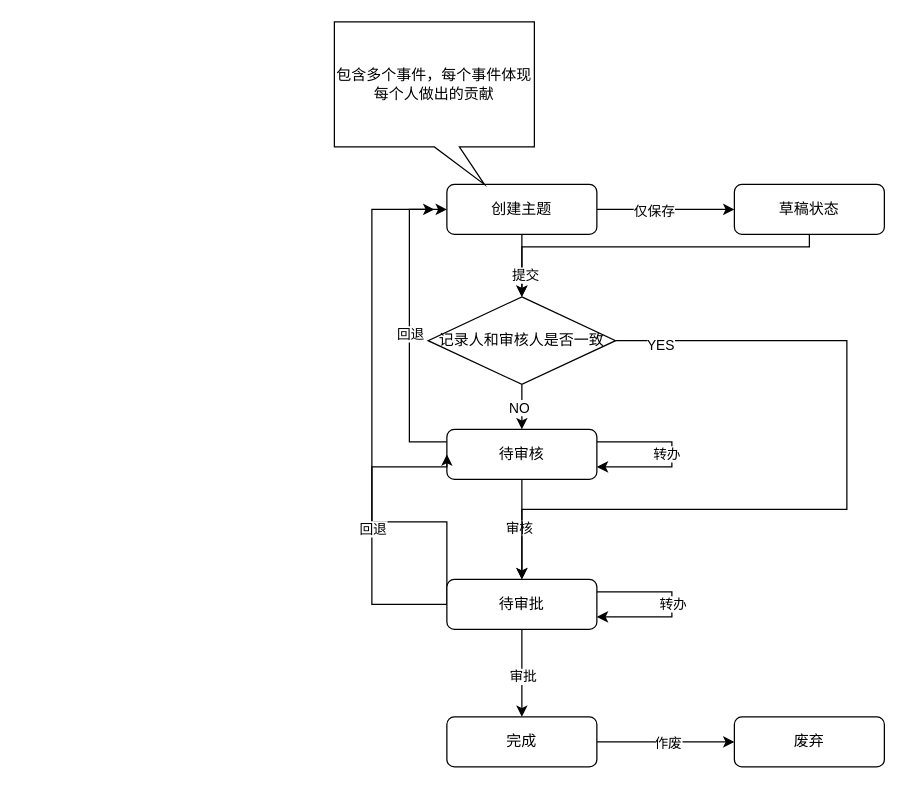
The draw.io diagram 积分数据流程.drawio in fan-ga/flowChart, before the edit. Source tidied: cells renumbered, new cells numbered last; positions are measured from the earlier drawing's top-left corner, leaving out a move shared by most shapes. Both pictures are drawn from the tidied source at 125%, with x=0, y=0 at pixel (334, 21).
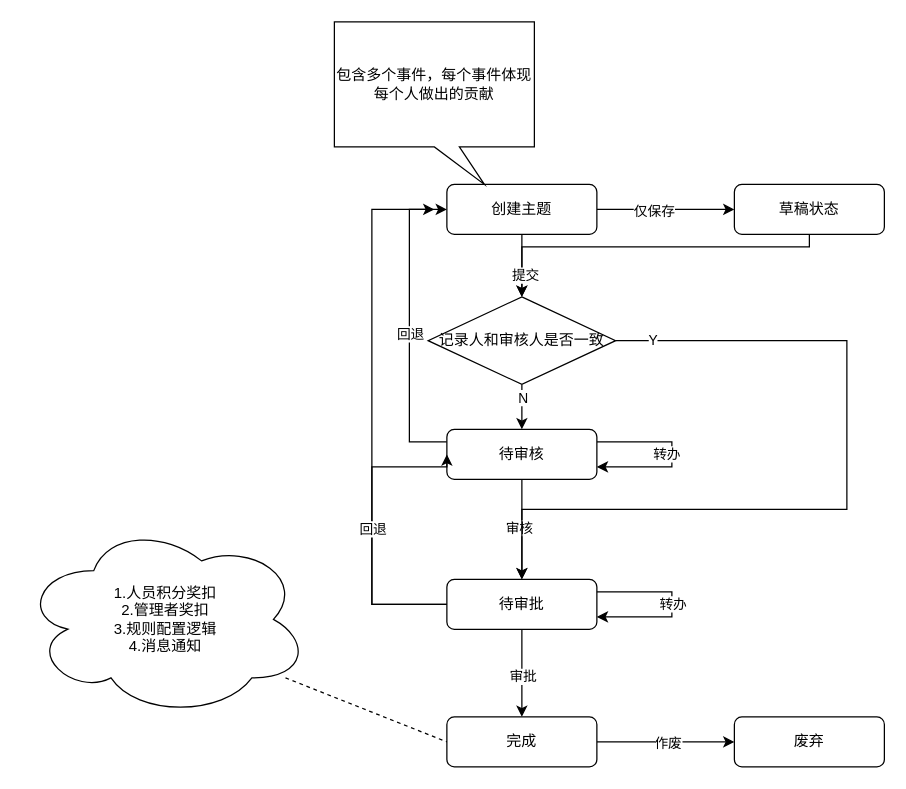
The same page after the edit.

Commit message (it also covers changes not shown here):
更新积分数据流程.drawio

Unchanged cells that the change refers to:
```xml
<mxCell id="5" value="创建主题" style="rounded=1;whiteSpace=wrap;html=1;fontSize=12;glass=0;strokeWidth=1;shadow=0;" parent="1" vertex="1">
  <mxGeometry x="90" y="130" width="120" height="40" as="geometry" />
</mxCell>
<mxCell id="22" value="待审批" style="rounded=1;whiteSpace=wrap;html=1;fontSize=12;glass=0;strokeWidth=1;shadow=0;" parent="1" vertex="1">
  <mxGeometry x="90" y="446" width="120" height="40" as="geometry" />
</mxCell>
<mxCell id="25" value="完成" style="rounded=1;whiteSpace=wrap;html=1;fontSize=12;glass=0;strokeWidth=1;shadow=0;" parent="1" vertex="1">
  <mxGeometry x="90" y="556" width="120" height="40" as="geometry" />
</mxCell>
<mxCell id="29" style="edgeStyle=orthogonalEdgeStyle;rounded=0;jettySize=auto;html=1;exitX=0.5;exitY=1;exitDx=0;exitDy=0;entryX=0.5;entryY=0;entryDx=0;entryDy=0;" parent="1" edge="1" source="33" target="16">
  <mxGeometry relative="1" as="geometry" />
</mxCell>
<mxCell id="31" style="edgeStyle=orthogonalEdgeStyle;rounded=0;jettySize=auto;html=1;exitX=1;exitY=0.5;exitDx=0;exitDy=0;entryX=0.5;entryY=0;entryDx=0;entryDy=0;" parent="1" edge="1" source="33" target="22">
  <mxGeometry relative="1" as="geometry">
    <Array as="points">
      <mxPoint x="410" y="255" />
      <mxPoint x="410" y="390" />
      <mxPoint x="150" y="390" />
    </Array>
  </mxGeometry>
</mxCell>
```

Diff of the diagram source:
```diff
@@
     <mxCell id="19" style="edgeStyle=orthogonalEdgeStyle;rounded=0;jettySize=auto;html=1;exitX=0;exitY=0.5;exitDx=0;exitDy=0;entryX=0;entryY=0.5;entryDx=0;entryDy=0;" parent="1" edge="1" source="22" target="5">
       <mxGeometry relative="1" as="geometry">
         <Array as="points">
-          <mxPoint x="30" y="400" />
+          <mxPoint x="30" y="466" />
           <mxPoint x="30" y="150" />
         </Array>
       </mxGeometry>
     </mxCell>
@@
-    <mxCell id="30" value="NO" style="edgeLabel;html=1;align=center;verticalAlign=middle;" parent="29" vertex="1">
-      <mxGeometry x="0.01" y="-3" relative="1" as="geometry" />
-    </mxCell>
+    <mxCell id="34" value="N" style="edgeLabel;html=1;align=center;verticalAlign=middle;" parent="29" vertex="1">
+      <mxGeometry x="0.17" relative="1" as="geometry">
+        <mxPoint y="-11" as="offset" />
+      </mxGeometry>
+    </mxCell>
@@
-    <mxCell id="32" value="YES" style="edgeLabel;html=1;align=center;verticalAlign=middle;" parent="31" vertex="1">
-      <mxGeometry x="-0.89" y="-3" relative="1" as="geometry" />
-    </mxCell>
+    <mxCell id="35" value="Y" style="edgeLabel;html=1;align=center;verticalAlign=middle;" parent="31" vertex="1">
+      <mxGeometry x="-0.91" y="1" relative="1" as="geometry" />
+    </mxCell>
@@
+    <mxCell id="36" value="&lt;div&gt;1.人员积分奖扣&lt;/div&gt;2.管理者奖扣&lt;div&gt;3.规则配置逻辑&lt;/div&gt;&lt;div&gt;4.消息通知&lt;/div&gt;" style="ellipse;shape=cloud;whiteSpace=wrap;html=1;" parent="1" vertex="1">
+      <mxGeometry x="-250" y="400" width="230" height="156" as="geometry" />
+    </mxCell>
+    <mxCell id="37" style="endArrow=none;dashed=1;html=1;rounded=0;entryX=0;entryY=0.5;entryDx=0;entryDy=0;exitX=0.917;exitY=0.8;exitDx=0;exitDy=0;exitPerimeter=0;" parent="1" edge="1" source="36" target="25">
+      <mxGeometry relative="1" as="geometry" />
+    </mxCell>
```
